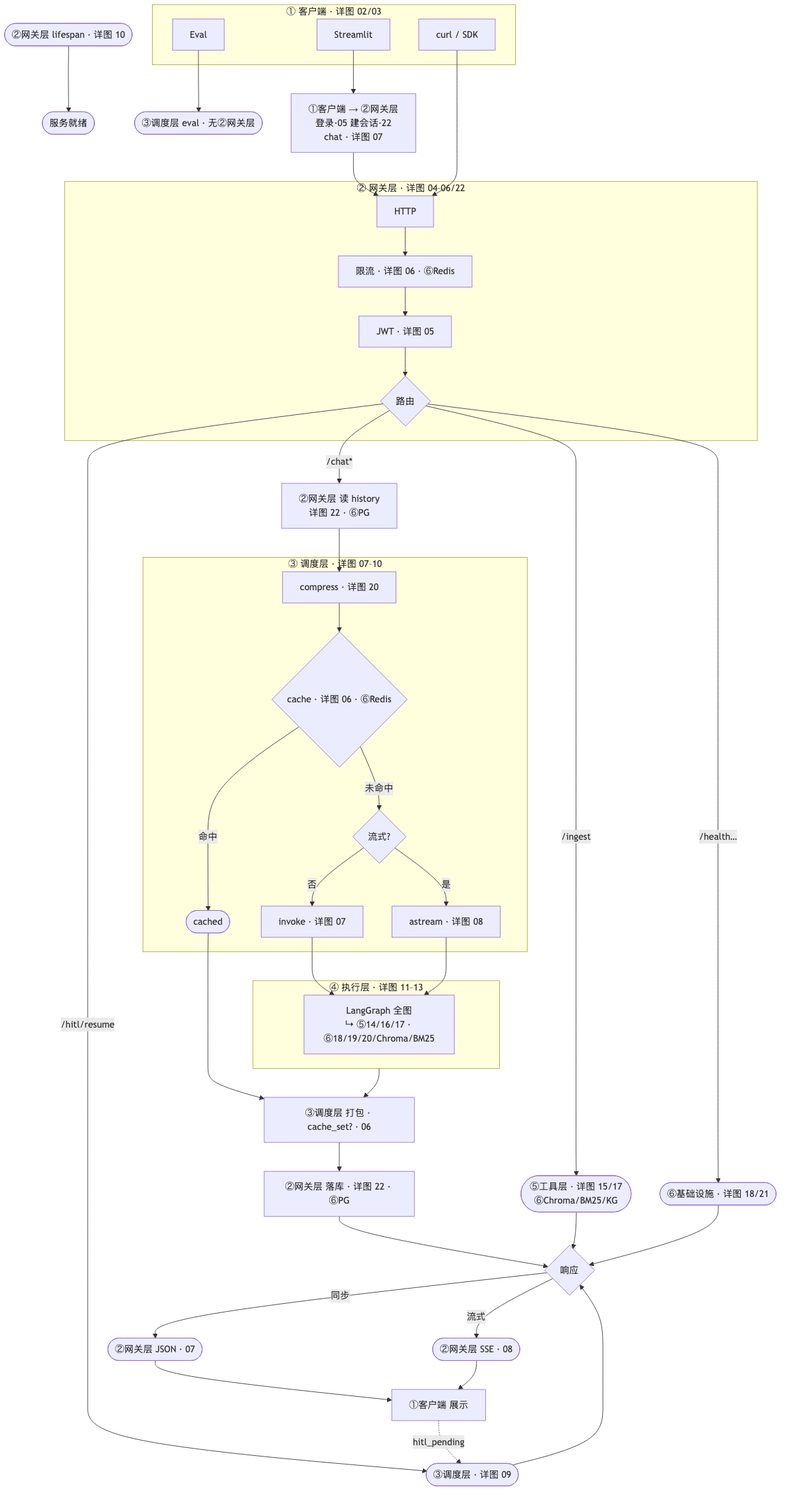
The Mermaid diagram project_00_rag_agent/docs/diagrams/00_project_end_to_end.png in charlie-chann/ai-agent-langgraph-main, before a commit. Its source is kept beside it as project_00_rag_agent/docs/diagrams/source/00_project_end_to_end.mmd. The source it was exported from:
```mermaid
flowchart TD
    BOOT(["②网关层 lifespan · 详图 10"]) --> READY([服务就绪])

    subgraph L1["① 客户端 · 详图 02/03"]
        ST[Streamlit]
        CLI[curl / SDK]
        EVAL[Eval]
    end

    EVAL --> EVAL_DONE(["③调度层 eval · 无②网关层"])

    ST --> L1_API["①客户端 → ②网关层<br/>登录·05 建会话·22<br/>chat · 详图 07"]
    L1_API --> GW
    CLI --> GW

    subgraph L2["② 网关层 · 详图 04–06/22"]
        GW[HTTP] --> RL["限流 · 详图 06 · ⑥Redis"]
        RL --> JWT["JWT · 详图 05"]
        JWT --> ROUTE{路由}
    end

    ROUTE -->|/ingest| ING(["⑤工具层 · 详图 15/17<br/>⑥Chroma/BM25/KG"])
    ROUTE -->|/chat*| CHAT
    ROUTE -->|/hitl/resume| HITL_BOX(["③调度层 · 详图 09"])
    ROUTE -->|/health…| OPS(["⑥基础设施 · 详图 18/21"])

    CHAT["②网关层 读 history<br/>详图 22 · ⑥PG"] --> SCH0

    subgraph SCH["③ 调度层 · 详图 07–10"]
        SCH0["compress · 详图 20"] --> CACHE{"cache · 详图 06 · ⑥Redis"}
        CACHE -->|命中| CACHED([cached])
        CACHE -->|未命中| DRV{流式?}
        DRV -->|否| INV["invoke · 详图 07"]
        DRV -->|是| AST["astream · 详图 08"]
    end

    INV --> EXEC_NODE
    AST --> EXEC_NODE

    subgraph EXEC["④ 执行层 · 详图 11–13"]
        EXEC_NODE["LangGraph 全图<br/>↳ ⑤14/16/17 · ⑥18/19/20/Chroma/BM25"]
    end

    EXEC --> PACK["③调度层 打包 · cache_set? · 06"]
    CACHED --> PACK

    PACK --> DB["②网关层 落库 · 详图 22 · ⑥PG"]
    DB --> OUT
    ING --> OUT
    OPS --> OUT
    HITL_BOX --> OUT

    OUT{响应}
    OUT -->|同步| JSON(["②网关层 JSON · 07"])
    OUT -->|流式| SSE(["②网关层 SSE · 08"])
    JSON --> UI["①客户端 展示"]
    SSE --> UI

    UI -.->|hitl_pending| HITL_BOX

```
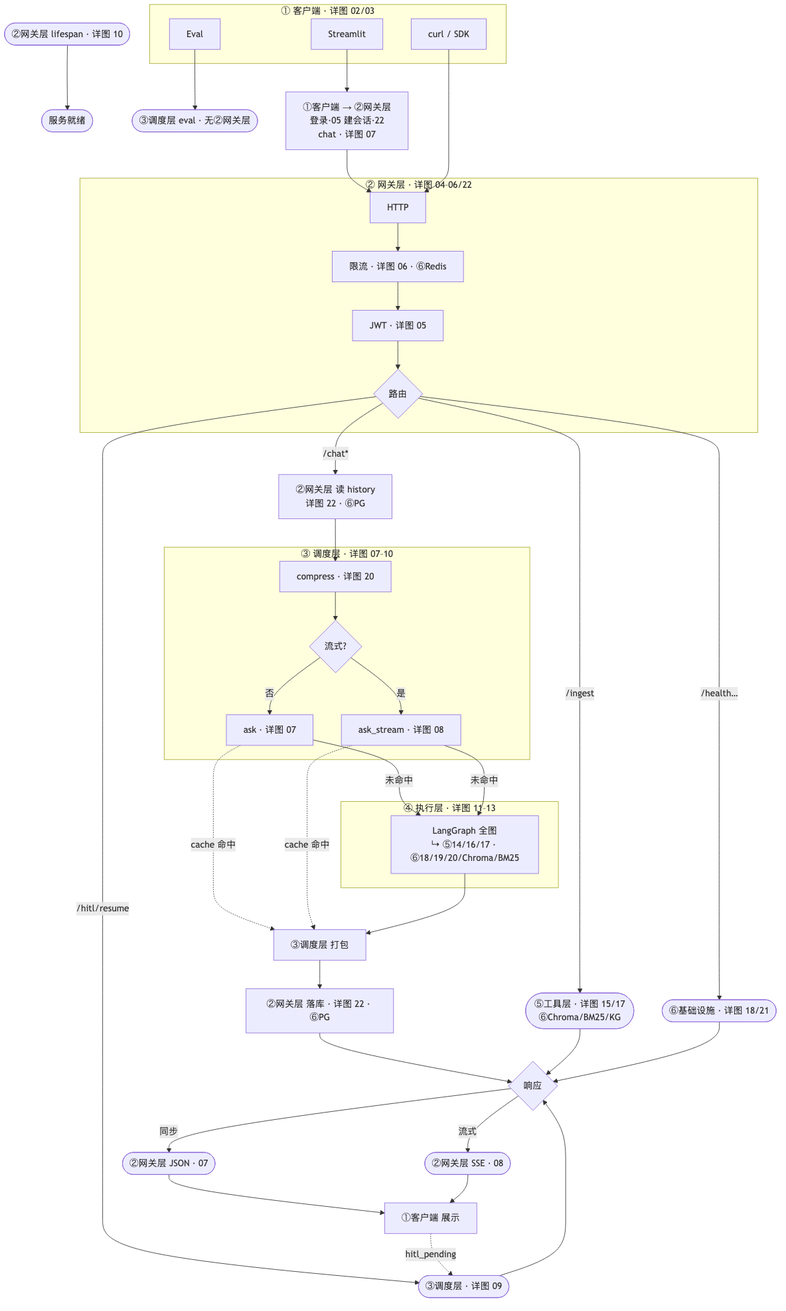
The same file after the commit.

Diff of the diagram source:
```diff
@@ -27,22 +27,20 @@
     CHAT["②网关层 读 history<br/>详图 22 · ⑥PG"] --> SCH0
 
     subgraph SCH["③ 调度层 · 详图 07–10"]
-        SCH0["compress · 详图 20"] --> CACHE{"cache · 详图 06 · ⑥Redis"}
-        CACHE -->|命中| CACHED([cached])
-        CACHE -->|未命中| DRV{流式?}
-        DRV -->|否| INV["invoke · 详图 07"]
-        DRV -->|是| AST["astream · 详图 08"]
+        SCH0["compress · 详图 20"] --> DRV{流式?}
+        DRV -->|否| INV["ask · 详图 07"]
+        DRV -->|是| AST["ask_stream · 详图 08"]
     end
-
-    INV --> EXEC_NODE
-    AST --> EXEC_NODE
 
     subgraph EXEC["④ 执行层 · 详图 11–13"]
         EXEC_NODE["LangGraph 全图<br/>↳ ⑤14/16/17 · ⑥18/19/20/Chroma/BM25"]
     end
 
-    EXEC --> PACK["③调度层 打包 · cache_set? · 06"]
-    CACHED --> PACK
+    INV -.->|cache 命中| PACK
+    INV -->|未命中| EXEC_NODE
+    AST -.->|cache 命中| PACK
+    AST -->|未命中| EXEC_NODE
+    EXEC_NODE --> PACK["③调度层 打包"]
 
     PACK --> DB["②网关层 落库 · 详图 22 · ⑥PG"]
     DB --> OUT
```
